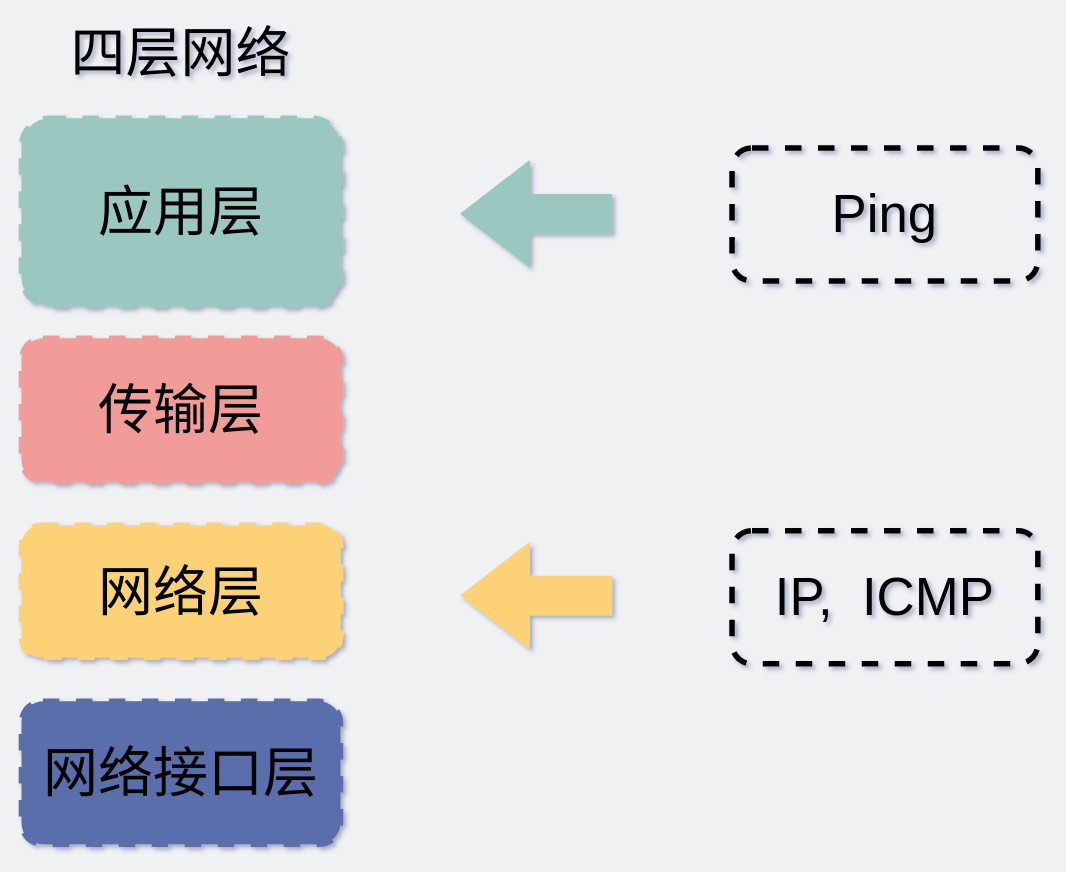
Before: network/四层网络协议.drawio in xiaobaiTech/image, a draw.io diagram. Source tidied: cells renumbered, new cells numbered last; positions are measured from the earlier drawing's top-left corner, leaving out a move shared by most shapes. Both pictures are drawn from the tidied source at 110%, with x=0, y=0 at pixel (21, 41).
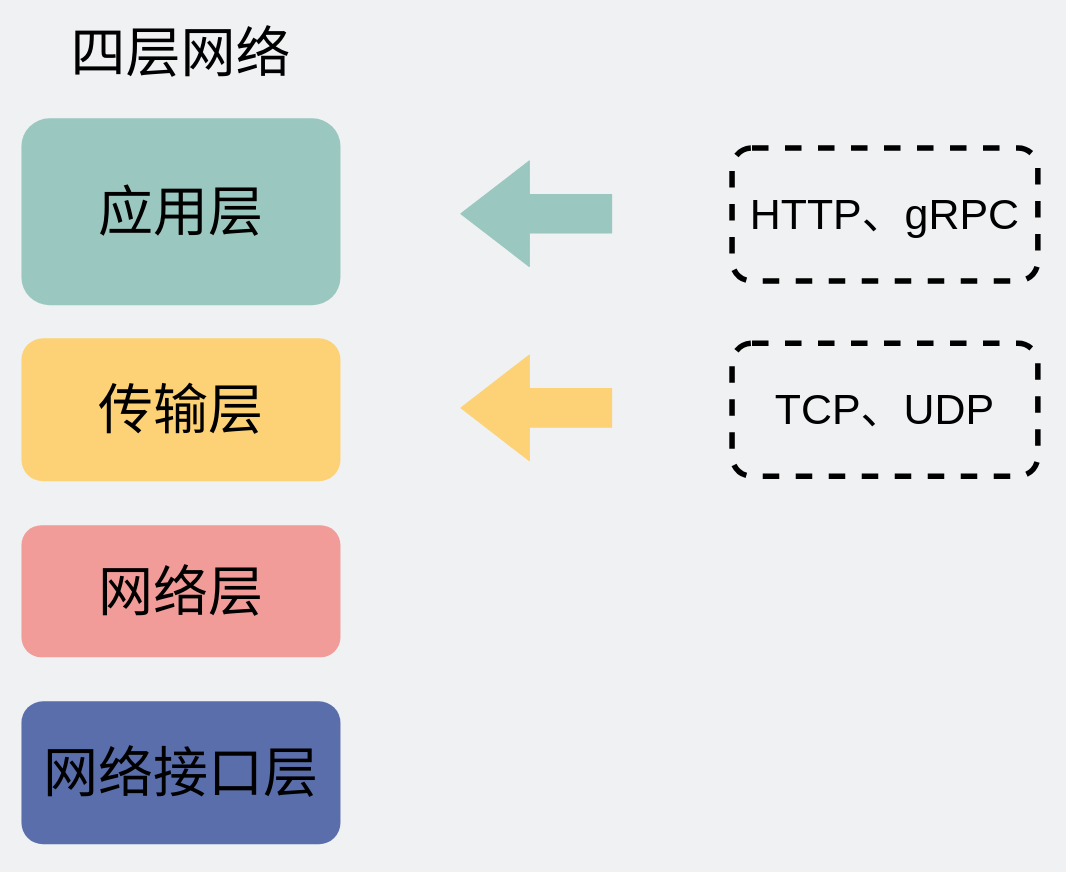
The same diagram, later.

Commit message:
Update 四层网络协议.drawio

The edit, as a diff of the source:
```diff
@@
-<mxGraphModel background="#EFF1F3" shadow="1">
+<mxGraphModel background="#EFF1F3">
   <root>
     <mxCell id="0" />
     <mxCell id="1" parent="0" />
-    <mxCell id="2" style="rounded=1;whiteSpace=wrap;html=1;fontColor=#4A919B;fillColor=none;strokeWidth=5;dashed=1;" parent="1" vertex="1">
-      <mxGeometry x="646" y="445" width="278" height="121" as="geometry" />
+    <mxCell id="2" value="&lt;span style=&quot;color: rgb(0, 0, 0); font-size: 39px;&quot;&gt;TCP、UDP&lt;/span&gt;" style="rounded=1;whiteSpace=wrap;html=1;fontColor=#4A919B;fillColor=none;strokeWidth=5;dashed=1;" parent="1" vertex="1">
+      <mxGeometry x="646" y="274.5" width="278" height="121" as="geometry" />
     </mxCell>
-    <mxCell id="3" value="&lt;font style=&quot;font-size: 50px&quot;&gt;应用层&lt;/font&gt;" style="rounded=1;whiteSpace=wrap;html=1;dashed=1;strokeWidth=5;fontColor=none;fillColor=#9AC7BF;strokeColor=#9AC7BF;" parent="1" vertex="1">
+    <mxCell id="3" value="&lt;font style=&quot;font-size: 50px&quot;&gt;应用层&lt;/font&gt;" style="rounded=1;whiteSpace=wrap;html=1;strokeWidth=5;fontColor=none;fillColor=#9AC7BF;strokeColor=none;" parent="1" vertex="1">
       <mxGeometry y="70" width="290" height="170" as="geometry" />
     </mxCell>
-    <mxCell id="4" value="&lt;font style=&quot;font-size: 50px&quot;&gt;传输层&lt;/font&gt;" style="rounded=1;whiteSpace=wrap;html=1;dashed=1;strokeWidth=5;fontColor=none;fillColor=#F19C99;strokeColor=#F19C99;" parent="1" vertex="1">
+    <mxCell id="4" value="&lt;font style=&quot;font-size: 50px&quot;&gt;传输层&lt;/font&gt;" style="rounded=1;whiteSpace=wrap;html=1;strokeWidth=5;fontColor=none;fillColor=#FDD276;strokeColor=none;" parent="1" vertex="1">
       <mxGeometry y="270" width="290" height="130" as="geometry" />
     </mxCell>
-    <mxCell id="5" value="&lt;span style=&quot;font-size: 50px&quot;&gt;网络层&lt;/span&gt;" style="rounded=1;whiteSpace=wrap;html=1;dashed=1;strokeWidth=5;fontColor=none;fillColor=#FDD276;strokeColor=#FDD276;" parent="1" vertex="1">
+    <mxCell id="5" value="&lt;span style=&quot;font-size: 50px&quot;&gt;网络层&lt;/span&gt;" style="rounded=1;whiteSpace=wrap;html=1;strokeWidth=5;fontColor=none;fillColor=#F19C99;strokeColor=none;" parent="1" vertex="1">
       <mxGeometry y="440" width="290" height="120" as="geometry" />
     </mxCell>
-    <mxCell id="6" value="&lt;span style=&quot;font-size: 50px&quot;&gt;网络接口层&lt;/span&gt;" style="rounded=1;whiteSpace=wrap;html=1;dashed=1;strokeWidth=5;fontColor=none;fillColor=#5A6EAB;strokeColor=#5A6EAB;" parent="1" vertex="1">
+    <mxCell id="6" value="&lt;span style=&quot;font-size: 50px&quot;&gt;网络接口层&lt;/span&gt;" style="rounded=1;whiteSpace=wrap;html=1;strokeWidth=5;fontColor=none;fillColor=#5A6EAB;strokeColor=none;" parent="1" vertex="1">
       <mxGeometry y="600" width="290" height="130" as="geometry" />
     </mxCell>
     <mxCell id="7" value="&lt;font style=&quot;font-size: 50px&quot;&gt;四层网络&lt;/font&gt;" style="text;html=1;strokeColor=none;fillColor=none;align=center;verticalAlign=middle;whiteSpace=wrap;rounded=0;" parent="1" vertex="1">
       <mxGeometry x="20" width="250" height="20" as="geometry" />
     </mxCell>
-    <mxCell id="8" value="&lt;font style=&quot;font-size: 48px&quot; color=&quot;#000000&quot;&gt;IP,&amp;nbsp; ICMP&lt;/font&gt;" style="text;html=1;strokeColor=none;fillColor=none;align=center;verticalAlign=middle;whiteSpace=wrap;rounded=0;fontColor=#4A919B;" parent="1" vertex="1">
-      <mxGeometry x="660" y="458" width="250" height="93" as="geometry" />
-    </mxCell>
     <mxCell id="9" style="shape=flexArrow;endArrow=classic;html=1;fontColor=#4A919B;endWidth=60;endSize=20.391666666666666;width=35;strokeColor=#FDD276;fillColor=#FDD276;" parent="1" edge="1">
       <mxGeometry relative="1" as="geometry">
-        <mxPoint x="537" y="503.8" as="sourcePoint" />
-        <mxPoint x="399" y="503.8" as="targetPoint" />
+        <mxPoint x="537" y="333.3" as="sourcePoint" />
+        <mxPoint x="399" y="333.3" as="targetPoint" />
       </mxGeometry>
     </mxCell>
-    <mxCell id="10" style="rounded=1;whiteSpace=wrap;html=1;fontColor=#4A919B;fillColor=none;strokeWidth=5;dashed=1;" parent="1" vertex="1">
+    <mxCell id="10" value="&lt;span style=&quot;color: rgb(0, 0, 0); font-size: 39px;&quot;&gt;HTTP、gRPC&lt;/span&gt;" style="rounded=1;whiteSpace=wrap;html=1;fontColor=#4A919B;fillColor=none;strokeWidth=5;dashed=1;" parent="1" vertex="1">
       <mxGeometry x="646" y="97" width="278" height="121" as="geometry" />
     </mxCell>
-    <mxCell id="11" value="&lt;font style=&quot;font-size: 48px&quot; color=&quot;#000000&quot;&gt;Ping&lt;/font&gt;" style="text;html=1;strokeColor=none;fillColor=none;align=center;verticalAlign=middle;whiteSpace=wrap;rounded=0;fontColor=#4A919B;" parent="1" vertex="1">
-      <mxGeometry x="660" y="110" width="250" height="93" as="geometry" />
-    </mxCell>
     <mxCell id="12" style="shape=flexArrow;endArrow=classic;html=1;fontColor=#4A919B;endWidth=60;endSize=20.391666666666666;width=35;fillColor=#9AC7BF;strokeColor=#9AC7BF;" parent="1" edge="1">
       <mxGeometry relative="1" as="geometry">
         <mxPoint x="537" y="156.8" as="sourcePoint" />
         <mxPoint x="399" y="156.8" as="targetPoint" />
       </mxGeometry>
     </mxCell>
   </root>
 </mxGraphModel>
```
